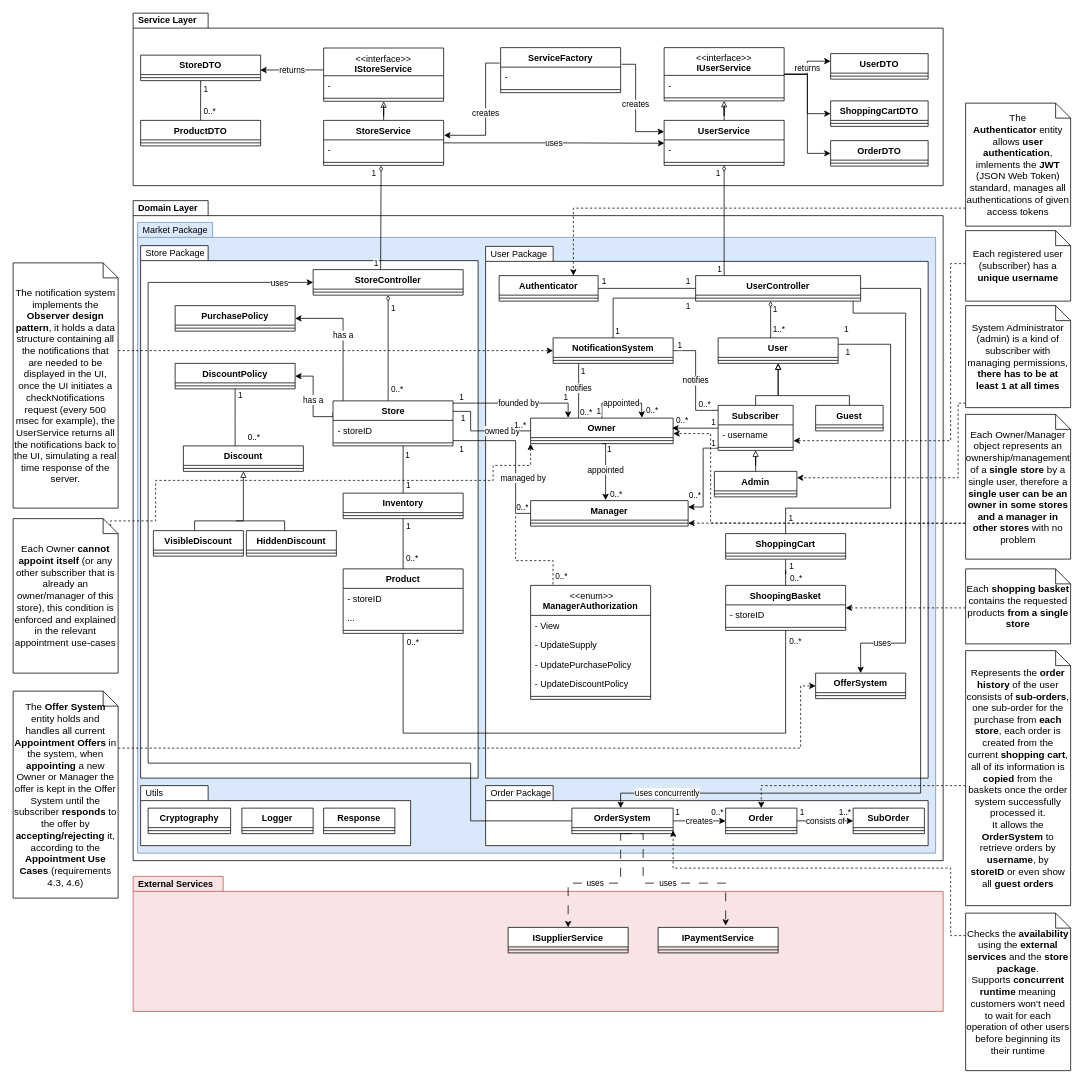
SE-Project-Workshop-Group-17-B/SE-Project-Workshop-Group-17-B keeps this draw.io diagram as page "White Class Diagram" (1 of 2) of documents/Version1/Version1.drawio. Above is the earlier version. Source tidied: cells renumbered, new cells numbered last; positions are measured from the earlier drawing's top-left corner, leaving out a move shared by most shapes. Both pictures are drawn from the tidied source at 75%, with x=0, y=0 at pixel (13, 13).
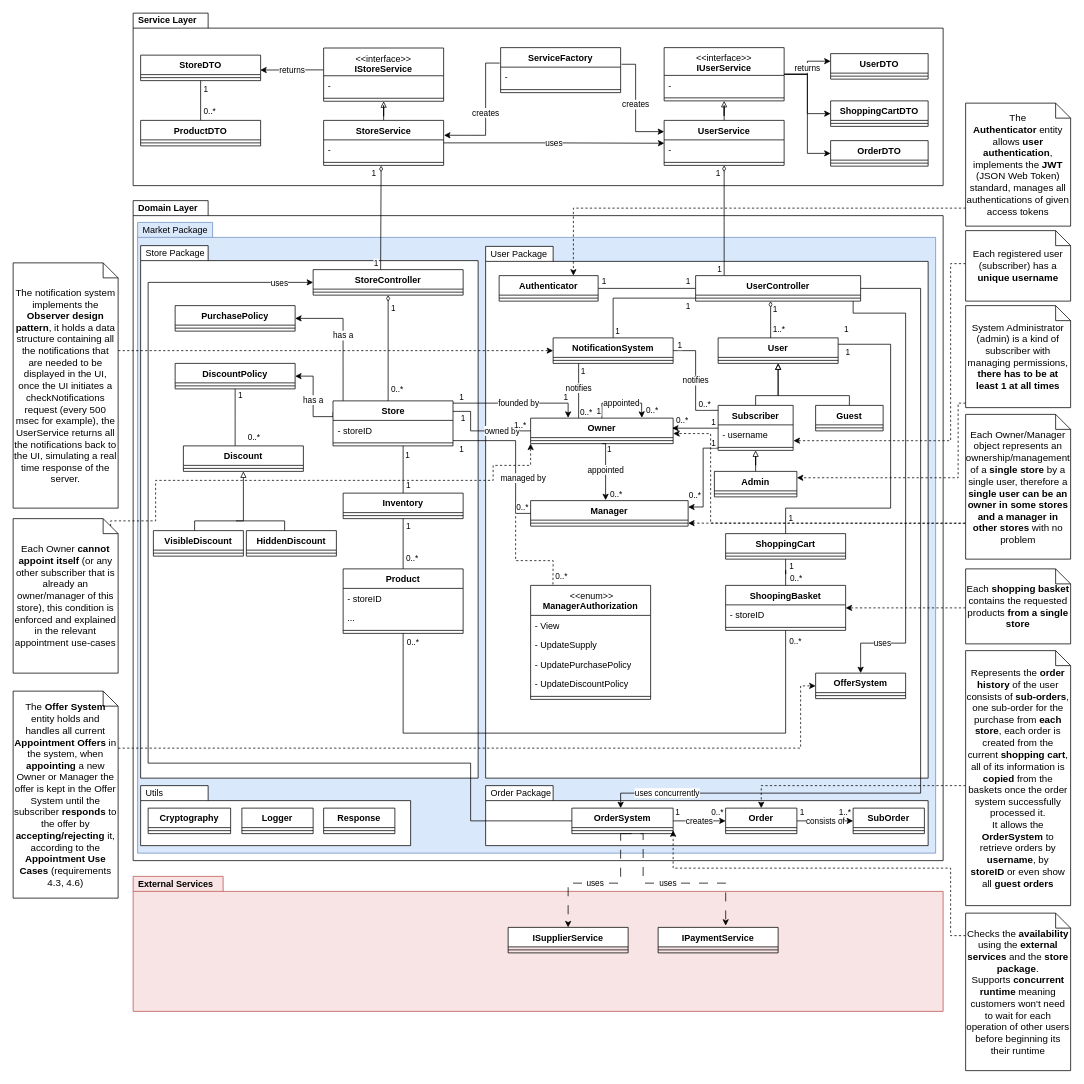
The same diagram, later.

Commit message (it also covers changes not shown here):
Fixed small typo in class diagram

Diff of the diagram source:
```diff
@@
-    <mxCell id="201" value="The &lt;b&gt;Authenticator&lt;/b&gt;&amp;nbsp;entity allows&amp;nbsp;&lt;b&gt;user authentication&lt;/b&gt;, imlements the &lt;b&gt;JWT &lt;/b&gt;(JSON Web Token) standard,&lt;b&gt;&amp;nbsp;&lt;/b&gt;manages all authentications of given access&amp;nbsp;tokens" style="shape=note;size=20;whiteSpace=wrap;html=1;fontSize=13;" parent="1" vertex="1">
+    <mxCell id="201" value="The &lt;b&gt;Authenticator&lt;/b&gt;&amp;nbsp;entity allows&amp;nbsp;&lt;b&gt;user authentication&lt;/b&gt;, implements the &lt;b&gt;JWT &lt;/b&gt;(JSON Web Token) standard,&lt;b&gt;&amp;nbsp;&lt;/b&gt;manages all authentications of given access&amp;nbsp;tokens" style="shape=note;size=20;whiteSpace=wrap;html=1;fontSize=13;" parent="1" vertex="1">
       <mxGeometry x="1270" y="120" width="140" height="164" as="geometry" />
     </mxCell>
```
